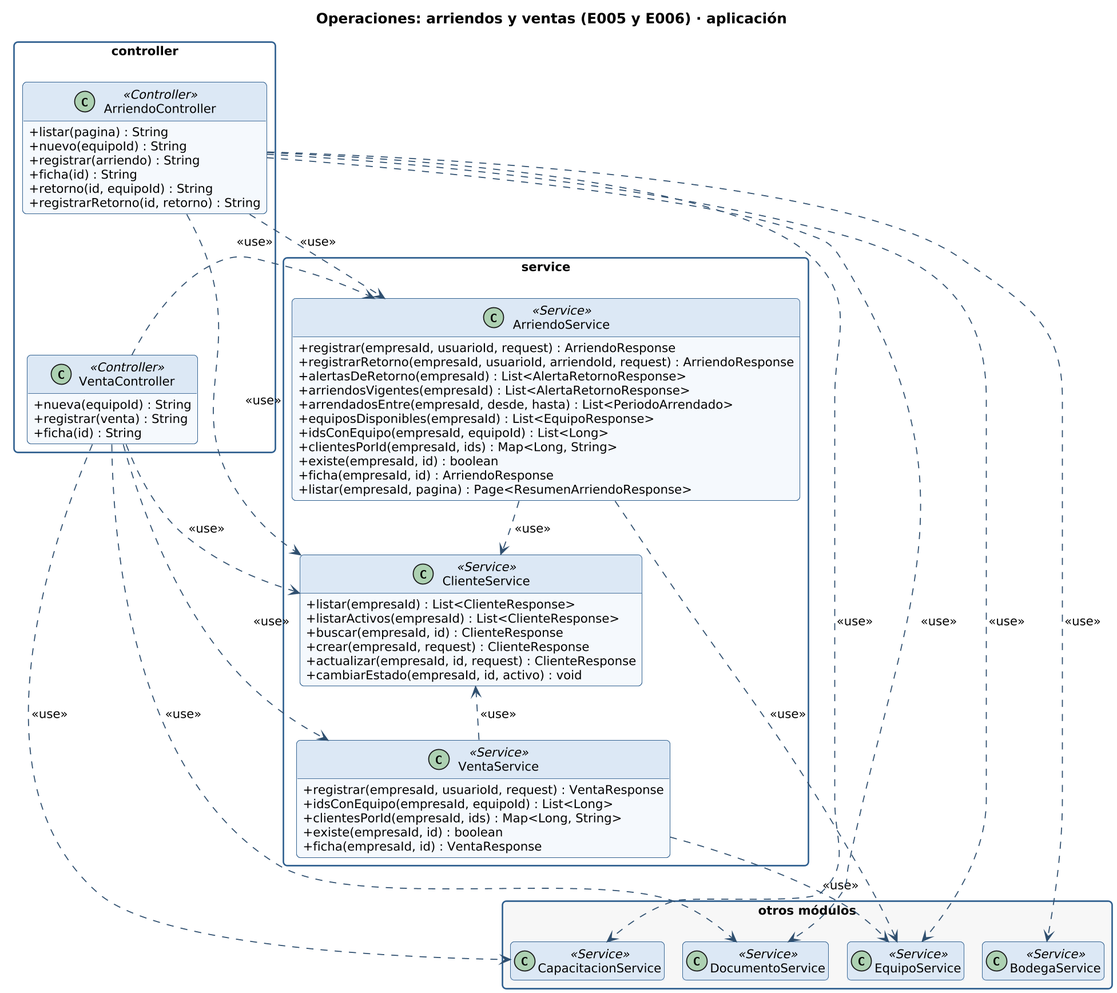
The PlantUML diagram docs/diagramas/clases-operaciones-aplicacion.png in gonzaloarenasduoc/Mira, before a commit. Source of this version:
```plantuml
@startuml clases-operaciones-aplicacion
!include _estilo.iuml
hide empty members
skinparam classAttributeIconSize 0
skinparam packageStyle rectangle
skinparam nodesep 25
skinparam ranksep 45
title Operaciones: arriendos y ventas (E005 y E006) · aplicación

package "controller" {
  class ArriendoController <<Controller>> {
    + listar(pagina) : String
    + nuevo(equipoId) : String
    + registrar(arriendo) : String
    + ficha(id) : String
    + retorno(id, equipoId) : String
    + registrarRetorno(id, retorno) : String
  }
  class VentaController <<Controller>> {
    + nueva(equipoId) : String
    + registrar(venta) : String
    + ficha(id) : String
  }
}
ArriendoController -[hidden]down- VentaController
package "service" {
  class ArriendoService <<Service>> {
    + registrar(empresaId, usuarioId, request) : ArriendoResponse
    + registrarRetorno(empresaId, usuarioId, arriendoId, request) : ArriendoResponse
    + alertasDeRetorno(empresaId) : List<AlertaRetornoResponse>
    + arriendosVigentes(empresaId) : List<AlertaRetornoResponse>
    + arrendadosEntre(empresaId, desde, hasta) : List<PeriodoArrendado>
    + equiposDisponibles(empresaId) : List<EquipoResponse>
    + idsConEquipo(empresaId, equipoId) : List<Long>
    + clientesPorId(empresaId, ids) : Map<Long, String>
    + existe(empresaId, id) : boolean
    + ficha(empresaId, id) : ArriendoResponse
    + listar(empresaId, pagina) : Page<ResumenArriendoResponse>
  }
  class ClienteService <<Service>> {
    + listar(empresaId) : List<ClienteResponse>
    + listarActivos(empresaId) : List<ClienteResponse>
    + buscar(empresaId, id) : ClienteResponse
    + crear(empresaId, request) : ClienteResponse
    + actualizar(empresaId, id, request) : ClienteResponse
    + cambiarEstado(empresaId, id, activo) : void
  }
  class VentaService <<Service>> {
    + registrar(empresaId, usuarioId, request) : VentaResponse
    + idsConEquipo(empresaId, equipoId) : List<Long>
    + clientesPorId(empresaId, ids) : Map<Long, String>
    + existe(empresaId, id) : boolean
    + ficha(empresaId, id) : VentaResponse
  }
}
ArriendoService -[hidden]down- ClienteService
ClienteService -[hidden]down- VentaService
package "otros módulos" #F7F7F7 {
  class BodegaService <<Service>>
  class CapacitacionService <<Service>>
  class DocumentoService <<Service>>
  class EquipoService <<Service>>
}
ArriendoService ..> ClienteService : <<use>>
ArriendoService ..> EquipoService : <<use>>
VentaService ..> ClienteService : <<use>>
VentaService ..> EquipoService : <<use>>
ArriendoController ..> DocumentoService : <<use>>
ArriendoController ..> CapacitacionService : <<use>>
ArriendoController ..> ArriendoService : <<use>>
ArriendoController ..> ClienteService : <<use>>
ArriendoController ..> BodegaService : <<use>>
ArriendoController ..> EquipoService : <<use>>
VentaController ..> DocumentoService : <<use>>
VentaController ..> CapacitacionService : <<use>>
VentaController ..> VentaService : <<use>>
VentaController ..> ArriendoService : <<use>>
VentaController ..> ClienteService : <<use>>
@enduml
```
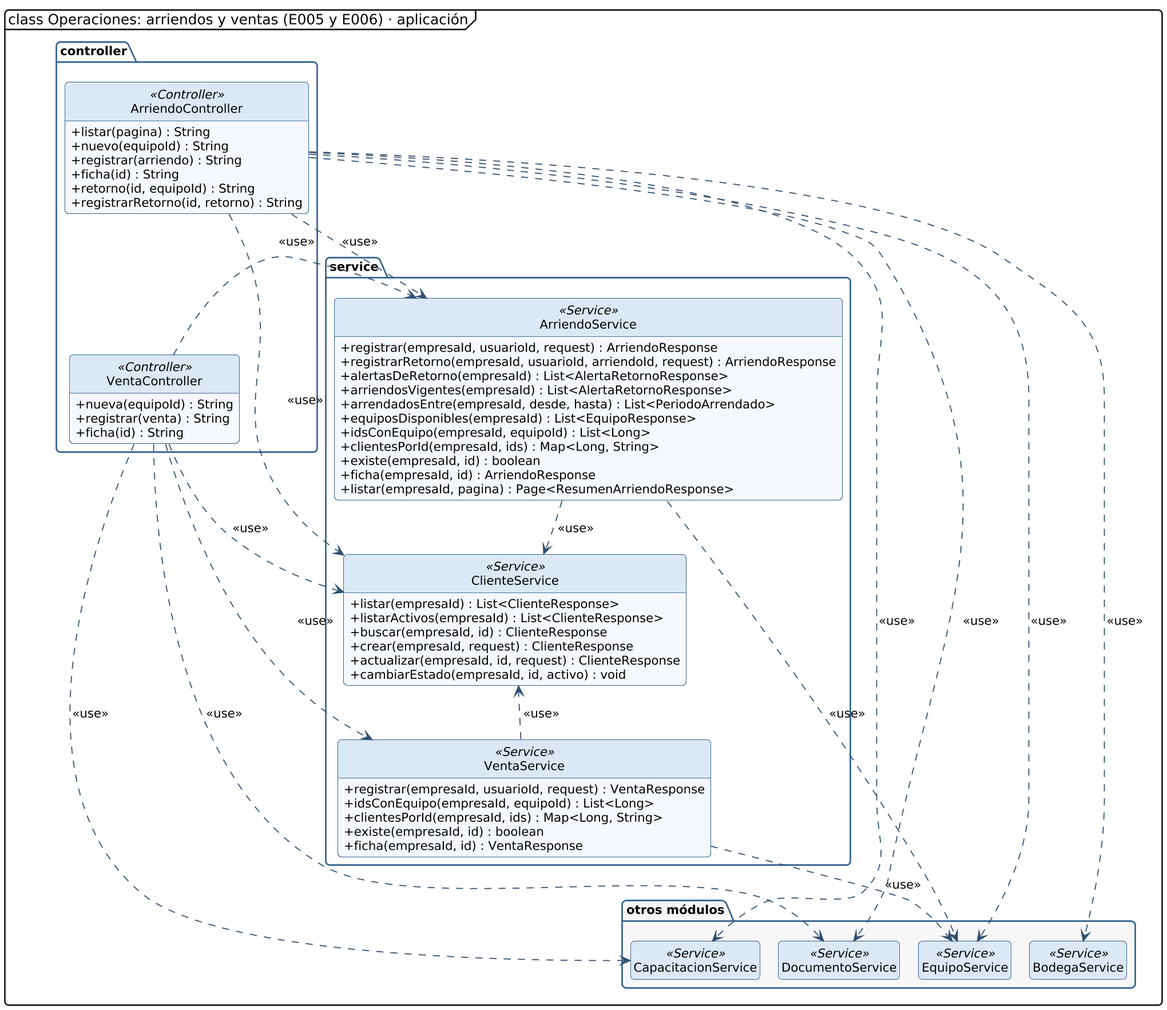
After the change.

Diff of the diagram source:
```diff
@@ -1,11 +1,12 @@
 @startuml clases-operaciones-aplicacion
 !include _estilo.iuml
 hide empty members
+hide circle
 skinparam classAttributeIconSize 0
-skinparam packageStyle rectangle
+skinparam packageStyle folder
 skinparam nodesep 25
 skinparam ranksep 45
-title Operaciones: arriendos y ventas (E005 y E006) · aplicación
+mainframe class Operaciones: arriendos y ventas (E005 y E006) · aplicación
 
 package "controller" {
   class ArriendoController <<Controller>> {
```
